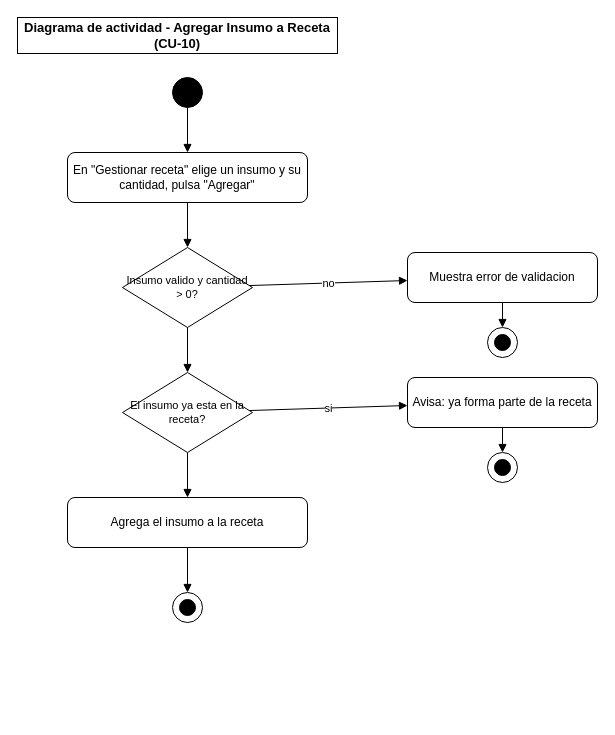
Earlier version of the draw.io diagram docs/diagramas-actividad/CU-10-actividad.drawio (Zarcooh/big-royal-saas). Source tidied: cells renumbered, new cells numbered last; positions are measured from the earlier drawing's top-left corner, leaving out a move shared by most shapes. Both pictures are drawn from the tidied source at 100%, with x=0, y=0 at pixel (17, 17).
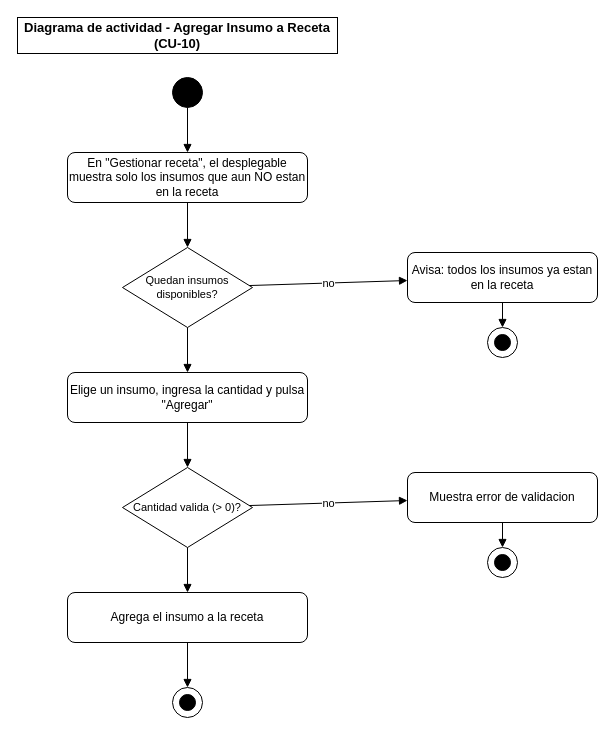
The same diagram, later.

Commit message (it also covers changes not shown here):
fix(docs): CU-10 refleja que el desplegable excluye insumos ya en la receta

El diagrama de actividad y la tabla del CU-10 decian "si ya esta en la
receta, avisa" — pero la UX real es que el desplegable solo muestra los
insumos AUN NO incluidos, asi que no se puede volver a elegir. El alterno
correcto es "no quedan insumos disponibles" cuando todos ya estan; el
rechazo por duplicado del servidor queda solo como salvaguarda.

What changed in the source:
```diff
@@
-    <mxCell id="4" value="En &quot;Gestionar receta&quot; elige un insumo y su cantidad, pulsa &quot;Agregar&quot;" style="rounded=1;whiteSpace=wrap;html=1;fontSize=12;" parent="1" vertex="1">
+    <mxCell id="4" value="En &quot;Gestionar receta&quot;, el desplegable muestra solo los insumos que aun NO estan en la receta" style="rounded=1;whiteSpace=wrap;html=1;fontSize=12;" parent="1" vertex="1">
       <mxGeometry x="50" y="135" width="240" height="50" as="geometry" />
     </mxCell>
@@
-    <mxCell id="6" value="Insumo valido y cantidad &gt; 0?" style="rhombus;whiteSpace=wrap;html=1;fontSize=11;" parent="1" vertex="1">
+    <mxCell id="6" value="Quedan insumos disponibles?" style="rhombus;whiteSpace=wrap;html=1;fontSize=11;" parent="1" vertex="1">
       <mxGeometry x="105" y="230" width="130" height="80" as="geometry" />
     </mxCell>
-    <mxCell id="7" value="Muestra error de validacion" style="rounded=1;whiteSpace=wrap;html=1;fontSize=12;" parent="1" vertex="1">
+    <mxCell id="7" value="Avisa: todos los insumos ya estan en la receta" style="rounded=1;whiteSpace=wrap;html=1;fontSize=12;" parent="1" vertex="1">
       <mxGeometry x="390" y="235" width="190" height="50" as="geometry" />
     </mxCell>
@@
-    <mxCell id="13" value="El insumo ya esta en la receta?" style="rhombus;whiteSpace=wrap;html=1;fontSize=11;" parent="1" vertex="1">
-      <mxGeometry x="105" y="355" width="130" height="80" as="geometry" />
+    <mxCell id="13" value="Elige un insumo, ingresa la cantidad y pulsa &quot;Agregar&quot;" style="rounded=1;whiteSpace=wrap;html=1;fontSize=12;" parent="1" vertex="1">
+      <mxGeometry x="50" y="355" width="240" height="50" as="geometry" />
     </mxCell>
-    <mxCell id="14" value="Avisa: ya forma parte de la receta" style="rounded=1;whiteSpace=wrap;html=1;fontSize=12;" parent="1" vertex="1">
-      <mxGeometry x="390" y="360" width="190" height="50" as="geometry" />
-    </mxCell>
-    <mxCell id="15" value="si" style="endArrow=block;html=1;rounded=0;" parent="1" edge="1" source="13" target="14">
+    <mxCell id="15" style="endArrow=block;html=1;rounded=0;" parent="1" edge="1" source="6" target="13">
       <mxGeometry relative="1" as="geometry" />
     </mxCell>
-    <mxCell id="16" style="ellipse;fillColor=none;strokeColor=#000000;" parent="1" vertex="1">
-      <mxGeometry x="470" y="435" width="30" height="30" as="geometry" />
-    </mxCell>
-    <mxCell id="17" style="ellipse;fillColor=#000000;strokeColor=#000000;" parent="1" vertex="1">
-      <mxGeometry x="477" y="442" width="16" height="16" as="geometry" />
-    </mxCell>
+    <mxCell id="20" value="Cantidad valida (&gt; 0)?" style="rhombus;whiteSpace=wrap;html=1;fontSize=11;" parent="1" vertex="1">
+      <mxGeometry x="105" y="450" width="130" height="80" as="geometry" />
+    </mxCell>
+    <mxCell id="25" value="Muestra error de validacion" style="rounded=1;whiteSpace=wrap;html=1;fontSize=12;" parent="1" vertex="1">
+      <mxGeometry x="390" y="455" width="190" height="50" as="geometry" />
+    </mxCell>
-    <mxCell id="18" style="endArrow=block;html=1;rounded=0;" parent="1" edge="1" source="14" target="16">
+    <mxCell id="18" value="no" style="endArrow=block;html=1;rounded=0;" parent="1" edge="1" source="20" target="25">
       <mxGeometry relative="1" as="geometry" />
     </mxCell>
+    <mxCell id="26" style="ellipse;fillColor=none;strokeColor=#000000;" parent="1" vertex="1">
+      <mxGeometry x="470" y="530" width="30" height="30" as="geometry" />
+    </mxCell>
+    <mxCell id="27" style="ellipse;fillColor=#000000;strokeColor=#000000;" parent="1" vertex="1">
+      <mxGeometry x="477" y="537" width="16" height="16" as="geometry" />
+    </mxCell>
-    <mxCell id="19" style="endArrow=block;html=1;rounded=0;" parent="1" edge="1" source="6" target="13">
+    <mxCell id="19" style="endArrow=block;html=1;rounded=0;" parent="1" edge="1" source="25" target="26">
       <mxGeometry relative="1" as="geometry" />
     </mxCell>
-    <mxCell id="20" value="Agrega el insumo a la receta" style="rounded=1;whiteSpace=wrap;html=1;fontSize=12;" parent="1" vertex="1">
-      <mxGeometry x="50" y="480" width="240" height="50" as="geometry" />
-    </mxCell>
@@
-    <mxCell id="22" style="ellipse;fillColor=none;strokeColor=#000000;" parent="1" vertex="1">
-      <mxGeometry x="155" y="575" width="30" height="30" as="geometry" />
+    <mxCell id="22" value="Agrega el insumo a la receta" style="rounded=1;whiteSpace=wrap;html=1;fontSize=12;" parent="1" vertex="1">
+      <mxGeometry x="50" y="575" width="240" height="50" as="geometry" />
     </mxCell>
-    <mxCell id="23" style="ellipse;fillColor=#000000;strokeColor=#000000;" parent="1" vertex="1">
-      <mxGeometry x="162" y="582" width="16" height="16" as="geometry" />
-    </mxCell>
@@
+    <mxCell id="28" style="ellipse;fillColor=none;strokeColor=#000000;" parent="1" vertex="1">
+      <mxGeometry x="155" y="670" width="30" height="30" as="geometry" />
+    </mxCell>
+    <mxCell id="29" style="ellipse;fillColor=#000000;strokeColor=#000000;" parent="1" vertex="1">
+      <mxGeometry x="162" y="677" width="16" height="16" as="geometry" />
+    </mxCell>
+    <mxCell id="30" style="endArrow=block;html=1;rounded=0;" parent="1" edge="1" source="22" target="28">
+      <mxGeometry relative="1" as="geometry" />
+    </mxCell>
```
